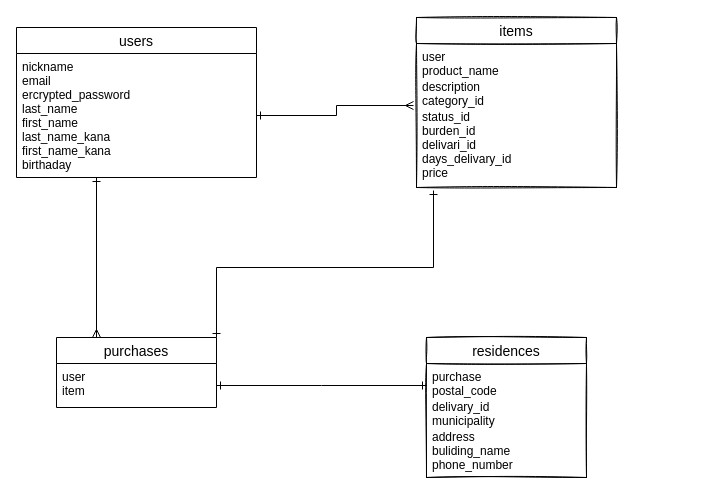
Before: ER.dio in hi08ki/furima-36099, a draw.io diagram. Source tidied: cells renumbered, new cells numbered last; positions are measured from the earlier drawing's top-left corner, leaving out a move shared by most shapes. Both pictures are drawn from the tidied source at 100%, with x=0, y=0 at pixel (16, 17).
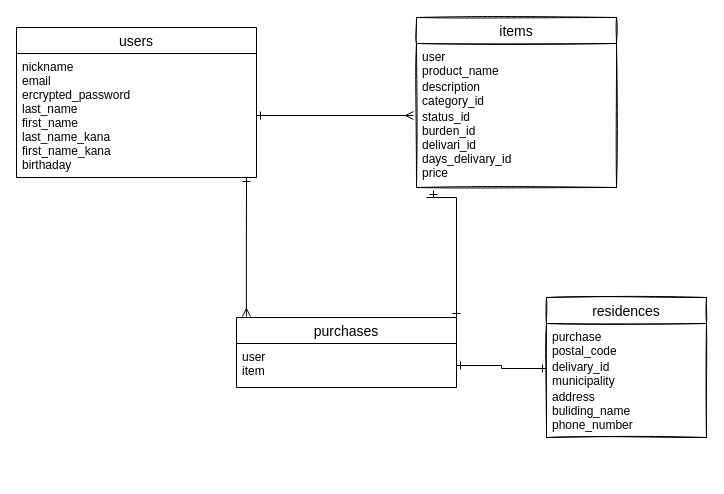
Above is the later version.

Unchanged cells that the change refers to:
```xml
<mxCell id="3" value="nickname&#10;email&#10;ercrypted_password&#10;last_name&#10;first_name&#10;last_name_kana&#10;first_name_kana&#10;birthaday" style="text;strokeColor=none;fillColor=none;spacingLeft=4;spacingRight=4;overflow=hidden;points=[[0,0.5],[1,0.5]];portConstraint=eastwest;fontSize=12;" parent="2" vertex="1">
  <mxGeometry y="26" width="240" height="124" as="geometry" />
</mxCell>
<mxCell id="11" value="status_id&#10;burden_id&#10;delivari_id&#10;days_delivary_id&#10;price" style="text;strokeColor=none;fillColor=none;spacingLeft=4;spacingRight=4;overflow=hidden;points=[[0,0.5],[1,0.5]];portConstraint=eastwest;fontSize=12;" parent="8" vertex="1">
  <mxGeometry y="86" width="200" height="84" as="geometry" />
</mxCell>
<mxCell id="14" value="delivary_id&#10;municipality" style="text;strokeColor=none;fillColor=none;spacingLeft=4;spacingRight=4;overflow=hidden;points=[[0,0.5],[1,0.5]];portConstraint=eastwest;fontSize=12;" parent="12" vertex="1">
  <mxGeometry y="56" width="160" height="30" as="geometry" />
</mxCell>
```

The edit, as a diff of the source:
```diff
@@
     <mxCell id="4" style="edgeStyle=orthogonalEdgeStyle;rounded=0;jettySize=auto;html=1;exitX=1;exitY=0;exitDx=0;exitDy=0;endArrow=ERone;endFill=1;entryX=0.085;entryY=1.036;entryDx=0;entryDy=0;entryPerimeter=0;startArrow=ERone;startFill=0;" parent="1" edge="1" source="6" target="11">
       <mxGeometry relative="1" as="geometry">
         <Array as="points">
-          <mxPoint x="200" y="250" />
-          <mxPoint x="417" y="250" />
+          <mxPoint x="410" y="180" />
+          <mxPoint x="410" y="180" />
         </Array>
       </mxGeometry>
     </mxCell>
-    <mxCell id="5" style="edgeStyle=orthogonalEdgeStyle;rounded=0;jettySize=auto;html=1;exitX=0.25;exitY=0;exitDx=0;exitDy=0;startArrow=ERmany;startFill=0;endArrow=ERone;endFill=1;" parent="1" edge="1" source="6">
+    <mxCell id="5" style="edgeStyle=orthogonalEdgeStyle;rounded=0;jettySize=auto;html=1;exitX=0.045;exitY=-0.014;exitDx=0;exitDy=0;startArrow=ERmany;startFill=0;endArrow=ERone;endFill=1;exitPerimeter=0;" parent="1" edge="1" source="6">
       <mxGeometry relative="1" as="geometry">
-        <mxPoint x="80" y="160" as="targetPoint" />
+        <mxPoint x="230" y="160" as="targetPoint" />
       </mxGeometry>
     </mxCell>
     <mxCell id="6" value="purchases" style="swimlane;fontStyle=0;horizontal=1;startSize=26;align=center;fontSize=14;sketch=0;" parent="1" vertex="1">
-      <mxGeometry x="40" y="320" width="160" height="70" as="geometry" />
+      <mxGeometry x="220" y="300" width="220" height="70" as="geometry" />
     </mxCell>
     <mxCell id="7" value="user&#10;item" style="text;strokeColor=none;fillColor=none;spacingLeft=4;spacingRight=4;overflow=hidden;points=[[0,0.5],[1,0.5]];portConstraint=eastwest;fontSize=12;" parent="6" vertex="1">
-      <mxGeometry y="26" width="160" height="44" as="geometry" />
+      <mxGeometry y="26" width="220" height="44" as="geometry" />
     </mxCell>
@@
     <mxCell id="12" value="residences" style="swimlane;fontStyle=0;horizontal=1;startSize=26;align=center;fontSize=14;sketch=1;" parent="1" vertex="1">
-      <mxGeometry x="410" y="320" width="160" height="140" as="geometry" />
+      <mxGeometry x="530" y="280" width="160" height="140" as="geometry" />
     </mxCell>
@@
-    <mxCell id="16" style="edgeStyle=orthogonalEdgeStyle;rounded=0;jettySize=auto;html=1;exitX=1;exitY=0.5;exitDx=0;exitDy=0;entryX=-0.015;entryY=0.024;entryDx=0;entryDy=0;entryPerimeter=0;endArrow=ERmany;endFill=0;startArrow=ERone;startFill=0;" parent="1" edge="1" source="3" target="11">
-      <mxGeometry relative="1" as="geometry" />
+    <mxCell id="16" style="edgeStyle=orthogonalEdgeStyle;rounded=0;jettySize=auto;html=1;exitX=1;exitY=0.5;exitDx=0;exitDy=0;endArrow=ERmany;endFill=0;startArrow=ERone;startFill=0;" parent="1" edge="1" source="3">
+      <mxGeometry relative="1" as="geometry">
+        <mxPoint x="397" y="98" as="targetPoint" />
+        <Array as="points">
+          <mxPoint x="397" y="98" />
+        </Array>
+      </mxGeometry>
     </mxCell>
-    <mxCell id="17" style="edgeStyle=orthogonalEdgeStyle;rounded=0;jettySize=auto;html=1;exitX=1;exitY=0.5;exitDx=0;exitDy=0;startArrow=ERone;startFill=0;endArrow=ERone;endFill=1;" parent="1" edge="1" source="7">
-      <mxGeometry relative="1" as="geometry">
-        <mxPoint x="410" y="368" as="targetPoint" />
-      </mxGeometry>
-    </mxCell>
+    <mxCell id="18" style="edgeStyle=orthogonalEdgeStyle;rounded=0;jettySize=auto;html=1;exitX=1;exitY=0.5;exitDx=0;exitDy=0;entryX=0;entryY=0.5;entryDx=0;entryDy=0;startArrow=ERone;startFill=0;endArrow=ERone;endFill=1;" parent="1" edge="1" source="7" target="14">
+      <mxGeometry relative="1" as="geometry">
+        <Array as="points">
+          <mxPoint x="485" y="348" />
+          <mxPoint x="485" y="351" />
+        </Array>
+      </mxGeometry>
+    </mxCell>
```
